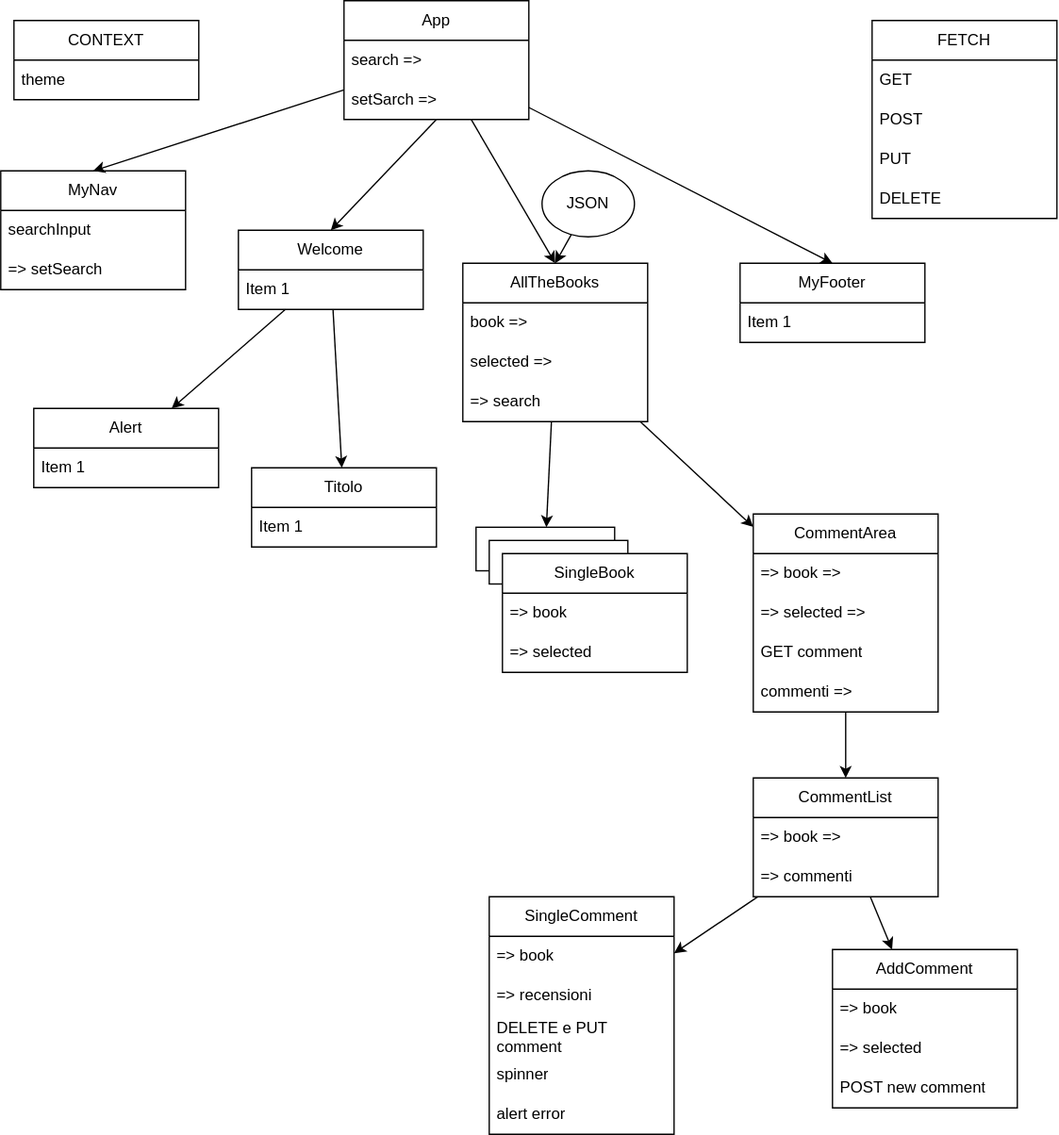
This is src/data/components.drawio.svg from mirko-mc/EpiBooks, a draw.io export, as it was before one commit. Source tidied: cells renumbered, new cells last; positions are measured from the earlier drawing's top-left corner, leaving out a move shared by most shapes.
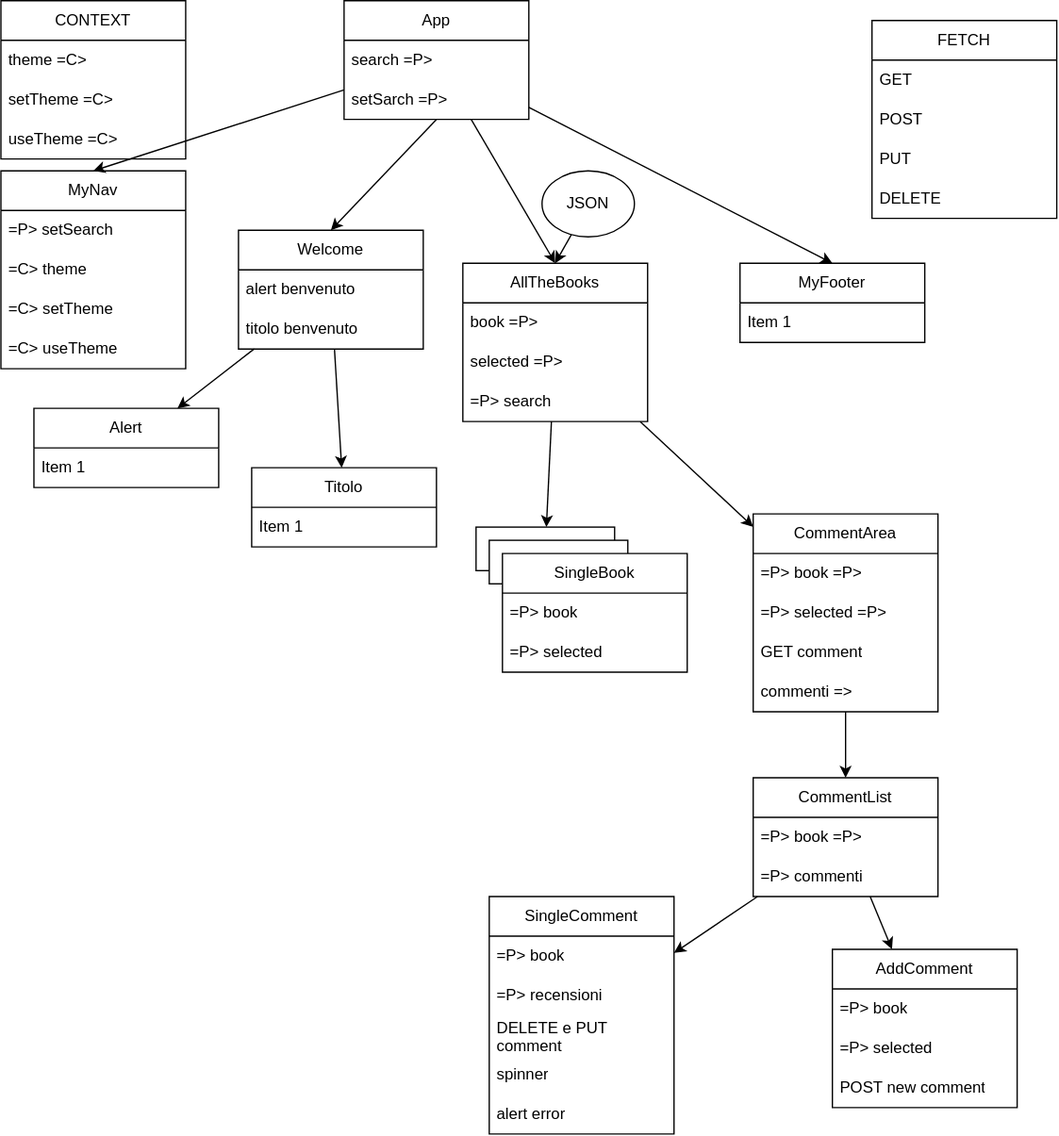
Above is the later version.

Diff of the diagram source:
```diff
@@ -3,13 +3,19 @@
     <mxCell id="0" />
     <mxCell id="1" parent="0" />
     <mxCell id="2" value="MyNav" style="swimlane;fontStyle=0;horizontal=1;startSize=30;whiteSpace=wrap;html=1;" parent="1" vertex="1">
-      <mxGeometry y="129" width="140" height="90" as="geometry" />
+      <mxGeometry y="129" width="140" height="150" as="geometry" />
     </mxCell>
-    <mxCell id="3" value="searchInput" style="text;strokeColor=none;fillColor=none;align=left;verticalAlign=middle;spacingLeft=4;spacingRight=4;overflow=hidden;whiteSpace=wrap;html=1;" parent="2" vertex="1">
-      <mxGeometry y="30" width="140" height="30" as="geometry" />
-    </mxCell>
+    <mxCell id="64" value="=P&amp;gt; setSearch" style="text;strokeColor=none;fillColor=none;align=left;verticalAlign=middle;spacingLeft=4;spacingRight=4;overflow=hidden;whiteSpace=wrap;html=1;" parent="2" vertex="1">
+      <mxGeometry y="30" width="140" height="30" as="geometry" />
+    </mxCell>
+    <mxCell id="65" value="=C&amp;gt; theme" style="text;strokeColor=none;fillColor=none;align=left;verticalAlign=middle;spacingLeft=4;spacingRight=4;overflow=hidden;whiteSpace=wrap;html=1;" parent="2" vertex="1">
+      <mxGeometry y="60" width="140" height="30" as="geometry" />
+    </mxCell>
+    <mxCell id="66" value="=C&amp;gt; setTheme" style="text;strokeColor=none;fillColor=none;align=left;verticalAlign=middle;spacingLeft=4;spacingRight=4;overflow=hidden;whiteSpace=wrap;html=1;" parent="2" vertex="1">
+      <mxGeometry y="90" width="140" height="30" as="geometry" />
+    </mxCell>
-    <mxCell id="4" value="=&amp;gt; setSearch" style="text;strokeColor=none;fillColor=none;align=left;verticalAlign=middle;spacingLeft=4;spacingRight=4;overflow=hidden;whiteSpace=wrap;html=1;" parent="2" vertex="1">
-      <mxGeometry y="60" width="140" height="30" as="geometry" />
+    <mxCell id="4" value="=C&amp;gt; useTheme" style="text;strokeColor=none;fillColor=none;align=left;verticalAlign=middle;spacingLeft=4;spacingRight=4;overflow=hidden;whiteSpace=wrap;html=1;" parent="2" vertex="1">
+      <mxGeometry y="120" width="140" height="30" as="geometry" />
     </mxCell>
     <mxCell id="5" style="edgeStyle=none;html=1;" parent="1" edge="1" source="7" target="24">
       <mxGeometry relative="1" as="geometry" />
@@ -18,10 +24,13 @@
       <mxGeometry relative="1" as="geometry" />
     </mxCell>
     <mxCell id="7" value="Welcome" style="swimlane;fontStyle=0;horizontal=1;startSize=30;whiteSpace=wrap;html=1;" parent="1" vertex="1">
-      <mxGeometry x="180" y="174" width="140" height="60" as="geometry" />
+      <mxGeometry x="180" y="174" width="140" height="90" as="geometry" />
     </mxCell>
+    <mxCell id="67" value="alert benvenuto" style="text;strokeColor=none;fillColor=none;align=left;verticalAlign=middle;spacingLeft=4;spacingRight=4;overflow=hidden;whiteSpace=wrap;html=1;" parent="7" vertex="1">
+      <mxGeometry y="30" width="140" height="30" as="geometry" />
+    </mxCell>
-    <mxCell id="8" value="Item 1" style="text;strokeColor=none;fillColor=none;align=left;verticalAlign=middle;spacingLeft=4;spacingRight=4;overflow=hidden;whiteSpace=wrap;html=1;" parent="7" vertex="1">
-      <mxGeometry y="30" width="140" height="30" as="geometry" />
+    <mxCell id="8" value="titolo benvenuto" style="text;strokeColor=none;fillColor=none;align=left;verticalAlign=middle;spacingLeft=4;spacingRight=4;overflow=hidden;whiteSpace=wrap;html=1;" parent="7" vertex="1">
+      <mxGeometry y="60" width="140" height="30" as="geometry" />
     </mxCell>
     <mxCell id="9" style="edgeStyle=none;html=1;" parent="1" edge="1" source="11" target="31">
       <mxGeometry relative="1" as="geometry" />
@@ -32,13 +41,13 @@
     <mxCell id="11" value="AllTheBooks" style="swimlane;fontStyle=0;horizontal=1;startSize=30;whiteSpace=wrap;html=1;" parent="1" vertex="1">
       <mxGeometry x="350" y="199" width="140" height="120" as="geometry" />
     </mxCell>
-    <mxCell id="12" value="book =&amp;gt;" style="text;strokeColor=none;fillColor=none;align=left;verticalAlign=middle;spacingLeft=4;spacingRight=4;overflow=hidden;whiteSpace=wrap;html=1;" parent="11" vertex="1">
+    <mxCell id="12" value="book =P&amp;gt;" style="text;strokeColor=none;fillColor=none;align=left;verticalAlign=middle;spacingLeft=4;spacingRight=4;overflow=hidden;whiteSpace=wrap;html=1;" parent="11" vertex="1">
       <mxGeometry y="30" width="140" height="30" as="geometry" />
     </mxCell>
-    <mxCell id="13" value="selected =&amp;gt;" style="text;strokeColor=none;fillColor=none;align=left;verticalAlign=middle;spacingLeft=4;spacingRight=4;overflow=hidden;whiteSpace=wrap;html=1;" parent="11" vertex="1">
+    <mxCell id="13" value="selected =P&amp;gt;" style="text;strokeColor=none;fillColor=none;align=left;verticalAlign=middle;spacingLeft=4;spacingRight=4;overflow=hidden;whiteSpace=wrap;html=1;" parent="11" vertex="1">
       <mxGeometry y="60" width="140" height="30" as="geometry" />
     </mxCell>
-    <mxCell id="14" value="=&amp;gt; search" style="text;strokeColor=none;fillColor=none;align=left;verticalAlign=middle;spacingLeft=4;spacingRight=4;overflow=hidden;whiteSpace=wrap;html=1;" parent="11" vertex="1">
+    <mxCell id="14" value="=P&amp;gt; search" style="text;strokeColor=none;fillColor=none;align=left;verticalAlign=middle;spacingLeft=4;spacingRight=4;overflow=hidden;whiteSpace=wrap;html=1;" parent="11" vertex="1">
       <mxGeometry y="90" width="140" height="30" as="geometry" />
     </mxCell>
     <mxCell id="15" style="edgeStyle=none;html=1;entryX=0.5;entryY=0;entryDx=0;entryDy=0;" parent="1" edge="1" source="19" target="2">
@@ -56,10 +65,10 @@
     <mxCell id="19" value="App" style="swimlane;fontStyle=0;horizontal=1;startSize=30;whiteSpace=wrap;html=1;" parent="1" vertex="1">
       <mxGeometry x="260" width="140" height="90" as="geometry" />
     </mxCell>
-    <mxCell id="20" value="search =&amp;gt;" style="text;strokeColor=none;fillColor=none;align=left;verticalAlign=middle;spacingLeft=4;spacingRight=4;overflow=hidden;whiteSpace=wrap;html=1;" parent="19" vertex="1">
+    <mxCell id="20" value="search =P&amp;gt;" style="text;strokeColor=none;fillColor=none;align=left;verticalAlign=middle;spacingLeft=4;spacingRight=4;overflow=hidden;whiteSpace=wrap;html=1;" parent="19" vertex="1">
       <mxGeometry y="30" width="140" height="30" as="geometry" />
     </mxCell>
-    <mxCell id="21" value="setSarch =&amp;gt;" style="text;strokeColor=none;fillColor=none;align=left;verticalAlign=middle;spacingLeft=4;spacingRight=4;overflow=hidden;whiteSpace=wrap;html=1;" parent="19" vertex="1">
+    <mxCell id="21" value="setSarch =P&amp;gt;" style="text;strokeColor=none;fillColor=none;align=left;verticalAlign=middle;spacingLeft=4;spacingRight=4;overflow=hidden;whiteSpace=wrap;html=1;" parent="19" vertex="1">
       <mxGeometry y="60" width="140" height="30" as="geometry" />
     </mxCell>
     <mxCell id="22" value="MyFooter" style="swimlane;fontStyle=0;horizontal=1;startSize=30;whiteSpace=wrap;html=1;" parent="1" vertex="1">
@@ -98,10 +107,10 @@
     <mxCell id="33" value="SingleBook" style="swimlane;fontStyle=0;horizontal=1;startSize=30;whiteSpace=wrap;html=1;" parent="30" vertex="1">
       <mxGeometry x="20" y="20" width="140" height="90" as="geometry" />
     </mxCell>
-    <mxCell id="34" value="=&amp;gt; book" style="text;strokeColor=none;fillColor=none;align=left;verticalAlign=middle;spacingLeft=4;spacingRight=4;overflow=hidden;whiteSpace=wrap;html=1;" parent="33" vertex="1">
+    <mxCell id="34" value="=P&amp;gt; book" style="text;strokeColor=none;fillColor=none;align=left;verticalAlign=middle;spacingLeft=4;spacingRight=4;overflow=hidden;whiteSpace=wrap;html=1;" parent="33" vertex="1">
       <mxGeometry y="30" width="140" height="30" as="geometry" />
     </mxCell>
-    <mxCell id="35" value="=&amp;gt; selected" style="text;strokeColor=none;fillColor=none;align=left;verticalAlign=middle;spacingLeft=4;spacingRight=4;overflow=hidden;whiteSpace=wrap;html=1;" parent="33" vertex="1">
+    <mxCell id="35" value="=P&amp;gt; selected" style="text;strokeColor=none;fillColor=none;align=left;verticalAlign=middle;spacingLeft=4;spacingRight=4;overflow=hidden;whiteSpace=wrap;html=1;" parent="33" vertex="1">
       <mxGeometry y="60" width="140" height="30" as="geometry" />
     </mxCell>
     <mxCell id="36" style="edgeStyle=none;html=1;" parent="1" edge="1" source="37" target="44">
@@ -110,10 +119,10 @@
     <mxCell id="37" value="CommentArea" style="swimlane;fontStyle=0;horizontal=1;startSize=30;whiteSpace=wrap;html=1;" parent="1" vertex="1">
       <mxGeometry x="570" y="389" width="140" height="150" as="geometry" />
     </mxCell>
-    <mxCell id="38" value="=&amp;gt; book =&amp;gt;" style="text;strokeColor=none;fillColor=none;align=left;verticalAlign=middle;spacingLeft=4;spacingRight=4;overflow=hidden;whiteSpace=wrap;html=1;" parent="37" vertex="1">
+    <mxCell id="38" value="=P&amp;gt; book =P&amp;gt;" style="text;strokeColor=none;fillColor=none;align=left;verticalAlign=middle;spacingLeft=4;spacingRight=4;overflow=hidden;whiteSpace=wrap;html=1;" parent="37" vertex="1">
       <mxGeometry y="30" width="140" height="30" as="geometry" />
     </mxCell>
-    <mxCell id="39" value="=&amp;gt; selected =&amp;gt;" style="text;strokeColor=none;fillColor=none;align=left;verticalAlign=middle;spacingLeft=4;spacingRight=4;overflow=hidden;whiteSpace=wrap;html=1;" parent="37" vertex="1">
+    <mxCell id="39" value="=P&amp;gt; selected =P&amp;gt;" style="text;strokeColor=none;fillColor=none;align=left;verticalAlign=middle;spacingLeft=4;spacingRight=4;overflow=hidden;whiteSpace=wrap;html=1;" parent="37" vertex="1">
       <mxGeometry y="60" width="140" height="30" as="geometry" />
     </mxCell>
     <mxCell id="40" value="GET comment" style="text;strokeColor=none;fillColor=none;align=left;verticalAlign=middle;spacingLeft=4;spacingRight=4;overflow=hidden;whiteSpace=wrap;html=1;" parent="37" vertex="1">
@@ -131,19 +140,19 @@
     <mxCell id="44" value="CommentList" style="swimlane;fontStyle=0;horizontal=1;startSize=30;whiteSpace=wrap;html=1;" parent="1" vertex="1">
       <mxGeometry x="570" y="589" width="140" height="90" as="geometry" />
     </mxCell>
-    <mxCell id="45" value="=&amp;gt; book =&amp;gt;" style="text;strokeColor=none;fillColor=none;align=left;verticalAlign=middle;spacingLeft=4;spacingRight=4;overflow=hidden;whiteSpace=wrap;html=1;" parent="44" vertex="1">
+    <mxCell id="45" value="=P&amp;gt; book =P&amp;gt;" style="text;strokeColor=none;fillColor=none;align=left;verticalAlign=middle;spacingLeft=4;spacingRight=4;overflow=hidden;whiteSpace=wrap;html=1;" parent="44" vertex="1">
       <mxGeometry y="30" width="140" height="30" as="geometry" />
     </mxCell>
-    <mxCell id="46" value="=&amp;gt; commenti" style="text;strokeColor=none;fillColor=none;align=left;verticalAlign=middle;spacingLeft=4;spacingRight=4;overflow=hidden;whiteSpace=wrap;html=1;" parent="44" vertex="1">
+    <mxCell id="46" value="=P&amp;gt; commenti" style="text;strokeColor=none;fillColor=none;align=left;verticalAlign=middle;spacingLeft=4;spacingRight=4;overflow=hidden;whiteSpace=wrap;html=1;" parent="44" vertex="1">
       <mxGeometry y="60" width="140" height="30" as="geometry" />
     </mxCell>
     <mxCell id="47" value="AddComment" style="swimlane;fontStyle=0;horizontal=1;startSize=30;whiteSpace=wrap;html=1;" parent="1" vertex="1">
       <mxGeometry x="630" y="719" width="140" height="120" as="geometry" />
     </mxCell>
-    <mxCell id="48" value="=&amp;gt; book" style="text;strokeColor=none;fillColor=none;align=left;verticalAlign=middle;spacingLeft=4;spacingRight=4;overflow=hidden;whiteSpace=wrap;html=1;" parent="47" vertex="1">
+    <mxCell id="48" value="=P&amp;gt; book" style="text;strokeColor=none;fillColor=none;align=left;verticalAlign=middle;spacingLeft=4;spacingRight=4;overflow=hidden;whiteSpace=wrap;html=1;" parent="47" vertex="1">
       <mxGeometry y="30" width="140" height="30" as="geometry" />
     </mxCell>
-    <mxCell id="49" value="=&amp;gt; selected" style="text;strokeColor=none;fillColor=none;align=left;verticalAlign=middle;spacingLeft=4;spacingRight=4;overflow=hidden;whiteSpace=wrap;html=1;" parent="47" vertex="1">
+    <mxCell id="49" value="=P&amp;gt; selected" style="text;strokeColor=none;fillColor=none;align=left;verticalAlign=middle;spacingLeft=4;spacingRight=4;overflow=hidden;whiteSpace=wrap;html=1;" parent="47" vertex="1">
       <mxGeometry y="60" width="140" height="30" as="geometry" />
     </mxCell>
     <mxCell id="50" value="POST new comment" style="text;strokeColor=none;fillColor=none;align=left;verticalAlign=middle;spacingLeft=4;spacingRight=4;overflow=hidden;whiteSpace=wrap;html=1;" parent="47" vertex="1">
@@ -152,10 +161,10 @@
     <mxCell id="51" value="SingleComment" style="swimlane;fontStyle=0;horizontal=1;startSize=30;whiteSpace=wrap;html=1;" parent="1" vertex="1">
       <mxGeometry x="370" y="679" width="140" height="180" as="geometry" />
     </mxCell>
-    <mxCell id="52" value="=&amp;gt; book" style="text;strokeColor=none;fillColor=none;align=left;verticalAlign=middle;spacingLeft=4;spacingRight=4;overflow=hidden;whiteSpace=wrap;html=1;" parent="51" vertex="1">
+    <mxCell id="52" value="=P&amp;gt; book" style="text;strokeColor=none;fillColor=none;align=left;verticalAlign=middle;spacingLeft=4;spacingRight=4;overflow=hidden;whiteSpace=wrap;html=1;" parent="51" vertex="1">
       <mxGeometry y="30" width="140" height="30" as="geometry" />
     </mxCell>
-    <mxCell id="53" value="=&amp;gt; recensioni" style="text;strokeColor=none;fillColor=none;align=left;verticalAlign=middle;spacingLeft=4;spacingRight=4;overflow=hidden;whiteSpace=wrap;html=1;" parent="51" vertex="1">
+    <mxCell id="53" value="=P&amp;gt; recensioni" style="text;strokeColor=none;fillColor=none;align=left;verticalAlign=middle;spacingLeft=4;spacingRight=4;overflow=hidden;whiteSpace=wrap;html=1;" parent="51" vertex="1">
       <mxGeometry y="60" width="140" height="30" as="geometry" />
     </mxCell>
     <mxCell id="54" value="DELETE e PUT comment" style="text;strokeColor=none;fillColor=none;align=left;verticalAlign=middle;spacingLeft=4;spacingRight=4;overflow=hidden;whiteSpace=wrap;html=1;" parent="51" vertex="1">
@@ -168,11 +177,17 @@
       <mxGeometry y="150" width="140" height="30" as="geometry" />
     </mxCell>
     <mxCell id="57" value="CONTEXT" style="swimlane;fontStyle=0;horizontal=1;startSize=30;whiteSpace=wrap;html=1;" parent="1" vertex="1">
-      <mxGeometry x="10" y="15" width="140" height="60" as="geometry" />
+      <mxGeometry width="140" height="120" as="geometry" />
     </mxCell>
-    <mxCell id="58" value="theme" style="text;strokeColor=none;fillColor=none;align=left;verticalAlign=middle;spacingLeft=4;spacingRight=4;overflow=hidden;whiteSpace=wrap;html=1;" parent="57" vertex="1">
+    <mxCell id="58" value="theme&amp;nbsp;=C&amp;gt;" style="text;strokeColor=none;fillColor=none;align=left;verticalAlign=middle;spacingLeft=4;spacingRight=4;overflow=hidden;whiteSpace=wrap;html=1;" parent="57" vertex="1">
       <mxGeometry y="30" width="140" height="30" as="geometry" />
     </mxCell>
+    <mxCell id="68" value="setTheme =C&amp;gt;" style="text;strokeColor=none;fillColor=none;align=left;verticalAlign=middle;spacingLeft=4;spacingRight=4;overflow=hidden;whiteSpace=wrap;html=1;" parent="57" vertex="1">
+      <mxGeometry y="60" width="140" height="30" as="geometry" />
+    </mxCell>
+    <mxCell id="69" value="useTheme&amp;nbsp;=C&amp;gt;" style="text;strokeColor=none;fillColor=none;align=left;verticalAlign=middle;spacingLeft=4;spacingRight=4;overflow=hidden;whiteSpace=wrap;html=1;" parent="57" vertex="1">
+      <mxGeometry y="90" width="140" height="30" as="geometry" />
+    </mxCell>
     <mxCell id="59" value="FETCH" style="swimlane;fontStyle=0;horizontal=1;startSize=30;whiteSpace=wrap;html=1;" parent="1" vertex="1">
       <mxGeometry x="660" y="15" width="140" height="150" as="geometry" />
     </mxCell>
```
